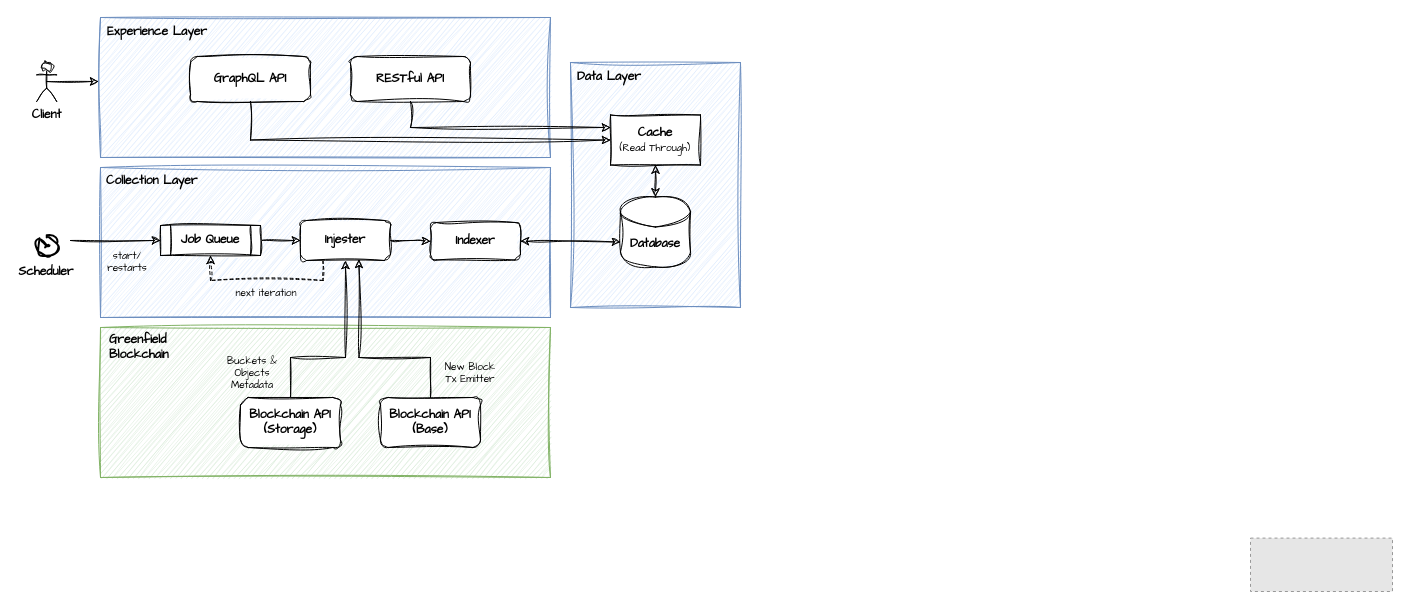
ComexiasLabs/greenfield-indexer keeps this draw.io diagram as docs/diagrams/greenfield-indexer-architecture.drawio. Above is the earlier version. Source tidied: cells renumbered, new cells numbered last; positions are measured from the earlier drawing's top-left corner, leaving out a move shared by most shapes. Both pictures are drawn from the tidied source at 100%, with x=0, y=0 at pixel (16, 17). Pictures stored in the file or linked from it are replaced by grey dashed boxes.
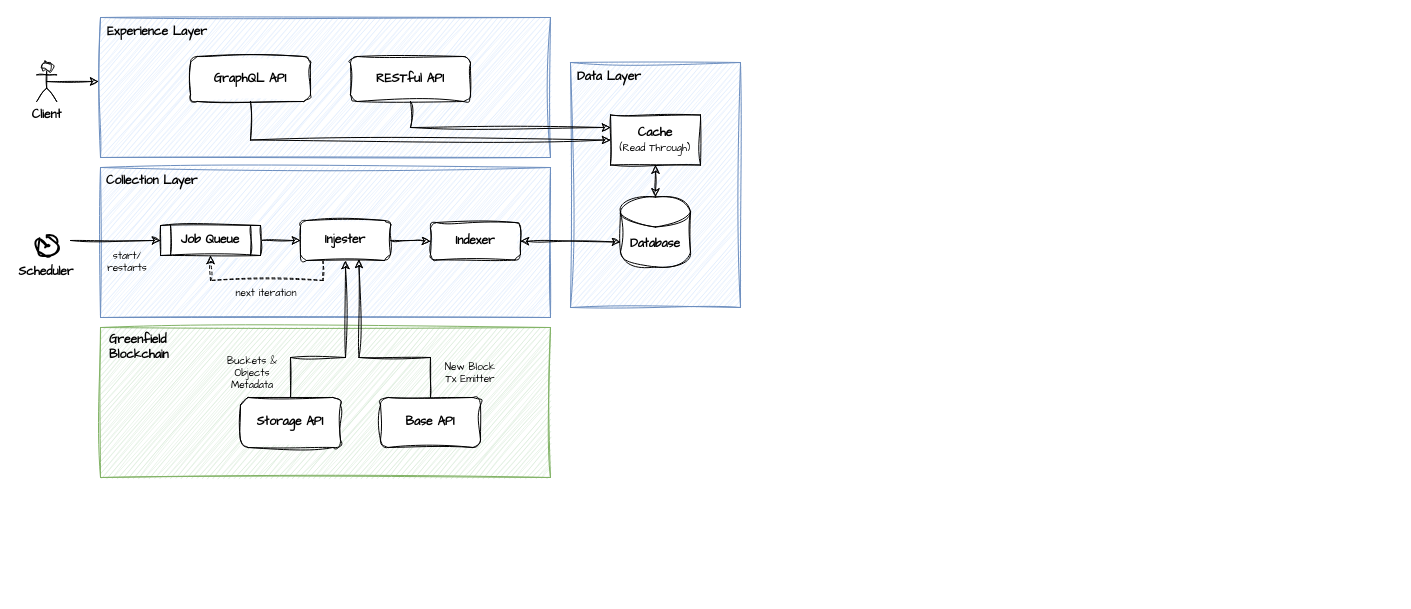
The same diagram, later.

What changed in the source:
```diff
@@
-    <mxCell id="12" value="Blockchain API&lt;br&gt;(Storage)" style="rounded=1;whiteSpace=wrap;html=1;sketch=1;curveFitting=1;jiggle=2;fontStyle=1;fontFamily=Comic Sans MS;" parent="1" vertex="1">
+    <mxCell id="12" value="Storage API" style="rounded=1;whiteSpace=wrap;html=1;sketch=1;curveFitting=1;jiggle=2;fontStyle=1;fontFamily=Comic Sans MS;" parent="1" vertex="1">
       <mxGeometry x="224" y="380" width="100" height="50" as="geometry" />
     </mxCell>
@@
-    <mxCell id="25" value="Blockchain API&lt;br&gt;(Base)" style="rounded=1;whiteSpace=wrap;html=1;sketch=1;curveFitting=1;jiggle=2;fontStyle=1;fontFamily=Comic Sans MS;" parent="1" vertex="1">
+    <mxCell id="25" value="Base API" style="rounded=1;whiteSpace=wrap;html=1;sketch=1;curveFitting=1;jiggle=2;fontStyle=1;fontFamily=Comic Sans MS;" parent="1" vertex="1">
       <mxGeometry x="364" y="380" width="100" height="50" as="geometry" />
     </mxCell>
@@
-    <mxCell id="37" style="fillColor=#E6E6E6;strokeColor=#999999;dashed=1;verticalLabelPosition=bottom;labelBackgroundColor=default;verticalAlign=top;" parent="1" vertex="1">
-      <mxGeometry x="1234" y="520.6" width="142" height="53.4" as="geometry" />
-    </mxCell>
```
